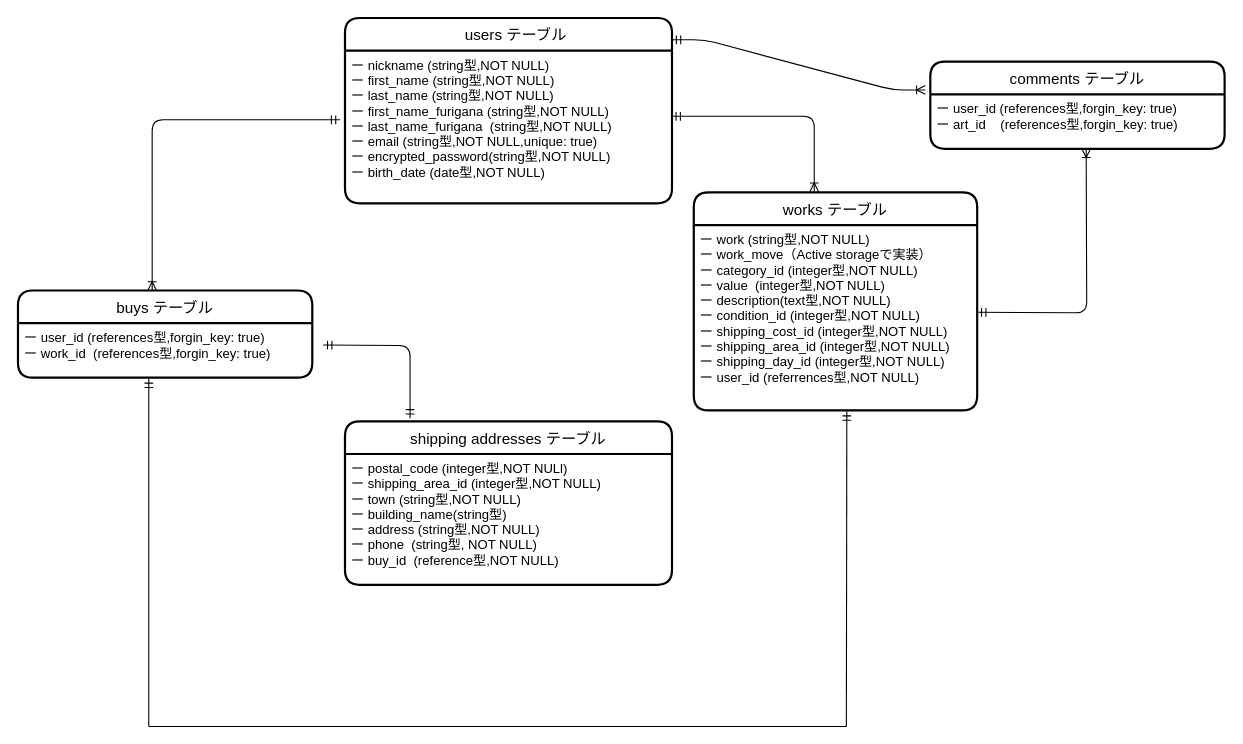
The draw.io diagram queity.dio in ryu-sugi/qeity, before the edit. Source tidied: cells renumbered, new cells numbered last; positions are measured from the earlier drawing's top-left corner, leaving out a move shared by most shapes. Both pictures are drawn from the tidied source at 109%, with x=0, y=0 at pixel (17, 17).
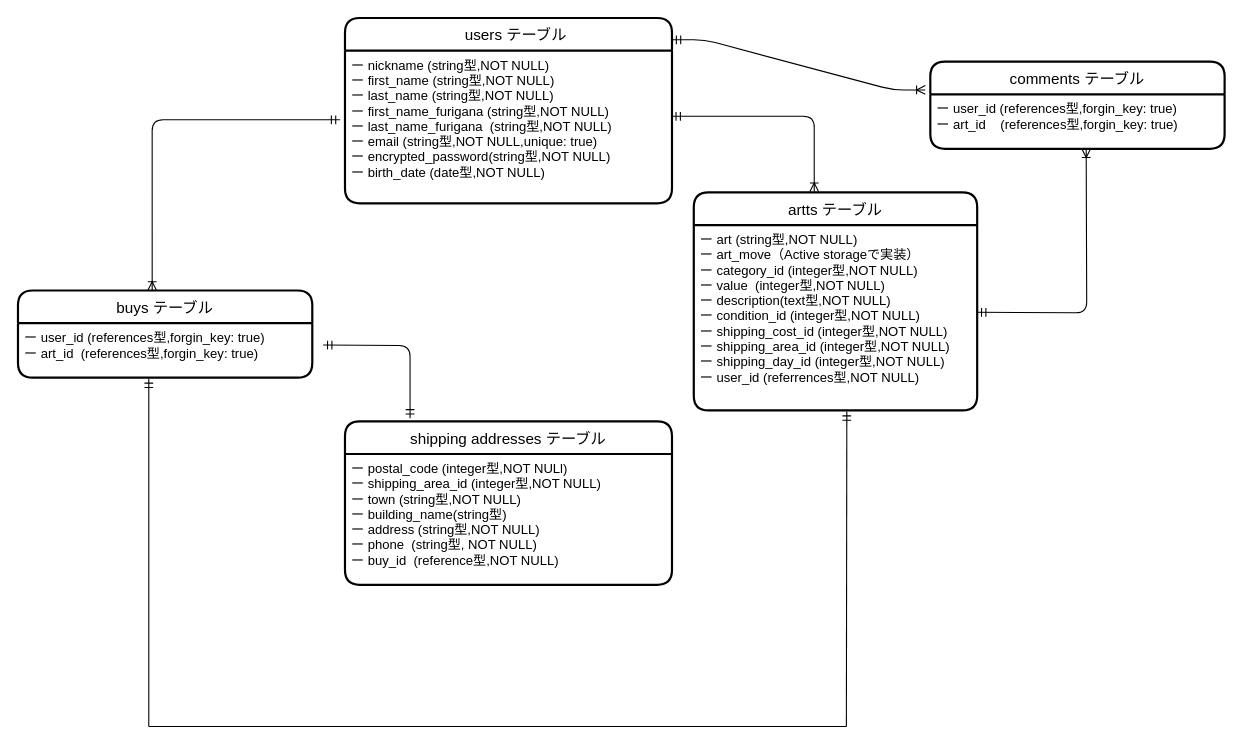
The same diagram, later.

The change refers to these unchanged cells:
```xml
<mxCell id="5" value="buys テーブル" style="swimlane;horizontal=1;startSize=30;rounded=1;fontSize=14;fontStyle=0;strokeWidth=2;shadow=0;dashed=0;align=center;" parent="1" vertex="1">
  <mxGeometry y="250" width="270" height="80" as="geometry" />
</mxCell>
```

Diff of the diagram source:
```diff
@@
-    <mxCell id="6" value="ー user_id (references型,forgin_key: true)  &#10;ー work_id  (references型,forgin_key: true)   &#10;" style="text;strokeColor=none;fillColor=none;spacingLeft=4;spacingRight=4;overflow=hidden;fontSize=12;" parent="5" vertex="1">
+    <mxCell id="6" value="ー user_id (references型,forgin_key: true)  &#10;ー art_id  (references型,forgin_key: true)   &#10;" style="text;strokeColor=none;fillColor=none;spacingLeft=4;spacingRight=4;overflow=hidden;fontSize=12;" parent="5" vertex="1">
       <mxGeometry y="30" width="270" height="50" as="geometry" />
     </mxCell>
-    <mxCell id="7" value="works テーブル" style="swimlane;horizontal=1;startSize=30;rounded=1;fontSize=14;fontStyle=0;strokeWidth=2;shadow=0;dashed=0;align=center;" parent="1" vertex="1">
+    <mxCell id="7" value="artts テーブル" style="swimlane;horizontal=1;startSize=30;rounded=1;fontSize=14;fontStyle=0;strokeWidth=2;shadow=0;dashed=0;align=center;" parent="1" vertex="1">
       <mxGeometry x="620" y="160" width="260" height="200" as="geometry" />
     </mxCell>
-    <mxCell id="8" value="ー work (string型,NOT NULL)&#10;ー work_move（Active storageで実装）&#10;ー category_id (integer型,NOT NULL)&#10;ー value  (integer型,NOT NULL)&#10;ー description(text型,NOT NULL)&#10;ー condition_id (integer型,NOT NULL)&#10;ー shipping_cost_id (integer型,NOT NULL)&#10;ー shipping_area_id (integer型,NOT NULL)&#10;ー shipping_day_id (integer型,NOT NULL)&#10;ー user_id (referrences型,NOT NULL)" style="text;strokeColor=none;fillColor=none;spacingLeft=4;spacingRight=4;overflow=hidden;points=[[0,0.5],[1,0.5]];portConstraint=eastwest;fontSize=12;" parent="7" vertex="1">
+    <mxCell id="8" value="ー art (string型,NOT NULL)&#10;ー art_move（Active storageで実装）&#10;ー category_id (integer型,NOT NULL)&#10;ー value  (integer型,NOT NULL)&#10;ー description(text型,NOT NULL)&#10;ー condition_id (integer型,NOT NULL)&#10;ー shipping_cost_id (integer型,NOT NULL)&#10;ー shipping_area_id (integer型,NOT NULL)&#10;ー shipping_day_id (integer型,NOT NULL)&#10;ー user_id (referrences型,NOT NULL)" style="text;strokeColor=none;fillColor=none;spacingLeft=4;spacingRight=4;overflow=hidden;points=[[0,0.5],[1,0.5]];portConstraint=eastwest;fontSize=12;" parent="7" vertex="1">
       <mxGeometry y="30" width="260" height="170" as="geometry" />
     </mxCell>
```
